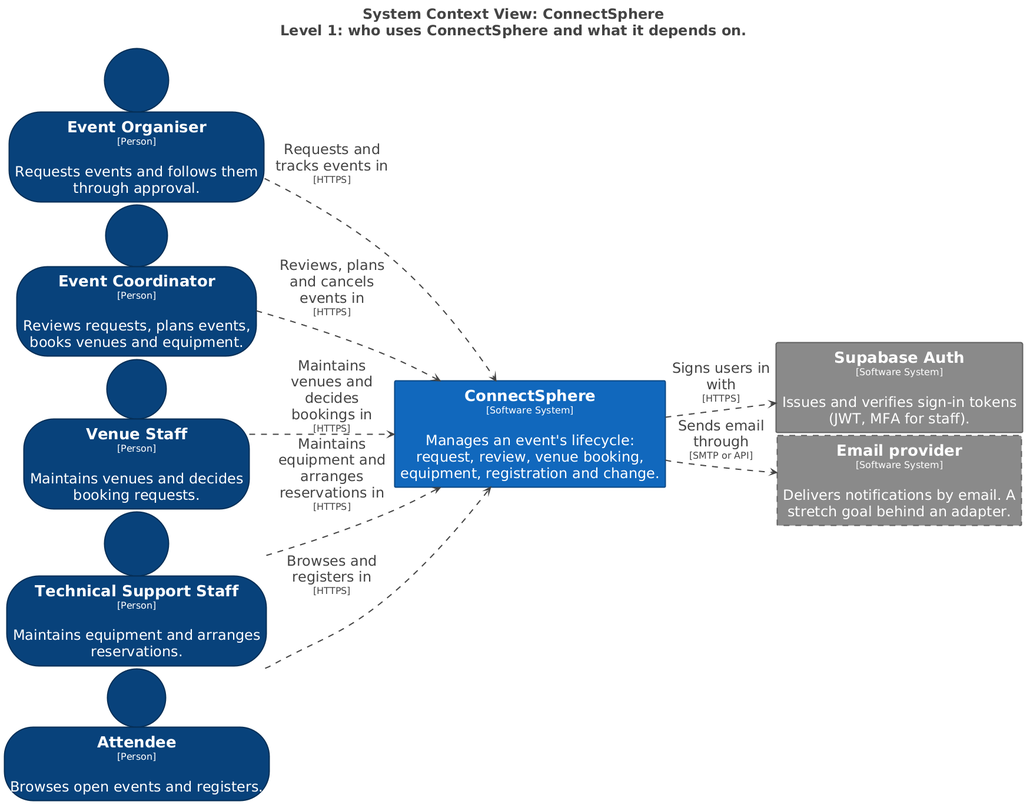
Above: documentation/c4/images/structurizr-SystemContext.png in raphaelkwek/event-planning-and-venue-booking-system (PlantUML), before the change.
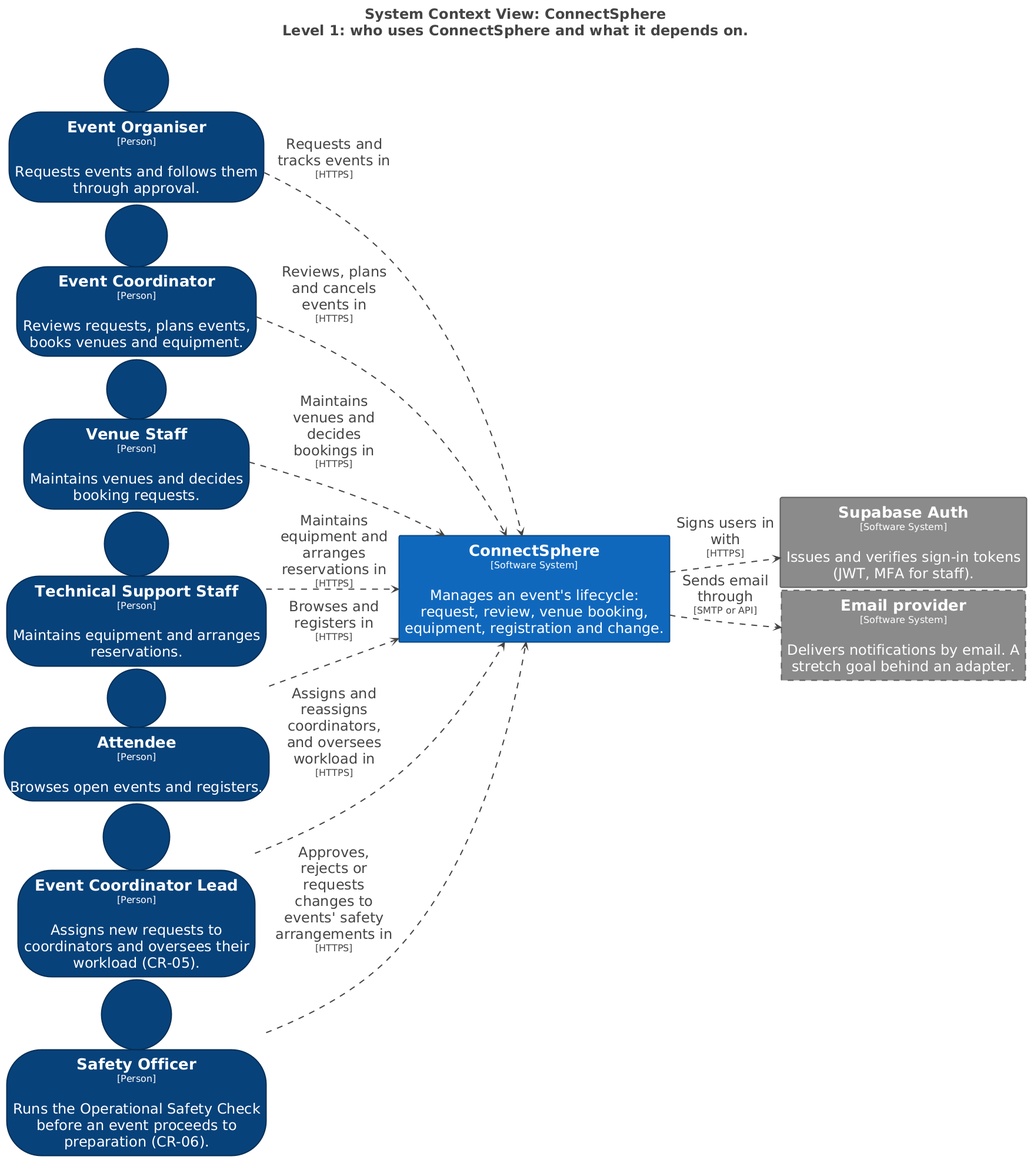
After the change.

Diff of the diagram source:
```diff
@@ -72,19 +72,23 @@
 </style>
 
 person "==Event Organiser\n<size:16>[Person]</size>\n\nRequests events and follows them through approval." <<Element-RWxlbWVudCxQZXJzb24=>> as EventOrganiser
+rectangle "==ConnectSphere\n<size:16>[Software System]</size>\n\nManages an event's lifecycle: request, review, venue booking, equipment, registration and change." <<Element-RWxlbWVudCxTb2Z0d2FyZSBTeXN0ZW0=>> as ConnectSphere
 person "==Event Coordinator\n<size:16>[Person]</size>\n\nReviews requests, plans events, books venues and equipment." <<Element-RWxlbWVudCxQZXJzb24=>> as EventCoordinator
 person "==Venue Staff\n<size:16>[Person]</size>\n\nMaintains venues and decides booking requests." <<Element-RWxlbWVudCxQZXJzb24=>> as VenueStaff
 person "==Technical Support Staff\n<size:16>[Person]</size>\n\nMaintains equipment and arranges reservations." <<Element-RWxlbWVudCxQZXJzb24=>> as TechnicalSupportStaff
 person "==Attendee\n<size:16>[Person]</size>\n\nBrowses open events and registers." <<Element-RWxlbWVudCxQZXJzb24=>> as Attendee
+person "==Event Coordinator Lead\n<size:16>[Person]</size>\n\nAssigns new requests to coordinators and oversees their workload (CR-05)." <<Element-RWxlbWVudCxQZXJzb24=>> as EventCoordinatorLead
+person "==Safety Officer\n<size:16>[Person]</size>\n\nRuns the Operational Safety Check before an event proceeds to preparation (CR-06)." <<Element-RWxlbWVudCxQZXJzb24=>> as SafetyOfficer
 rectangle "==Supabase Auth\n<size:16>[Software System]</size>\n\nIssues and verifies sign-in tokens (JWT, MFA for staff)." <<Element-RWxlbWVudCxTb2Z0d2FyZSBTeXN0ZW0sRXh0ZXJuYWw=>> as SupabaseAuth
 rectangle "==Email provider\n<size:16>[Software System]</size>\n\nDelivers notifications by email. A stretch goal behind an adapter." <<Element-RWxlbWVudCxTb2Z0d2FyZSBTeXN0ZW0sRXh0ZXJuYWwsUGxhbm5lZA==>> as Emailprovider
-rectangle "==ConnectSphere\n<size:16>[Software System]</size>\n\nManages an event's lifecycle: request, review, venue booking, equipment, registration and change." <<Element-RWxlbWVudCxTb2Z0d2FyZSBTeXN0ZW0=>> as ConnectSphere
 
 EventOrganiser --> ConnectSphere <<Relationship-UmVsYXRpb25zaGlw>> : "Requests and tracks events in\n<size:16>[HTTPS]</size>"
 EventCoordinator --> ConnectSphere <<Relationship-UmVsYXRpb25zaGlw>> : "Reviews, plans and cancels events in\n<size:16>[HTTPS]</size>"
 VenueStaff --> ConnectSphere <<Relationship-UmVsYXRpb25zaGlw>> : "Maintains venues and decides bookings in\n<size:16>[HTTPS]</size>"
 TechnicalSupportStaff --> ConnectSphere <<Relationship-UmVsYXRpb25zaGlw>> : "Maintains equipment and arranges reservations in\n<size:16>[HTTPS]</size>"
 Attendee --> ConnectSphere <<Relationship-UmVsYXRpb25zaGlw>> : "Browses and registers in\n<size:16>[HTTPS]</size>"
+EventCoordinatorLead --> ConnectSphere <<Relationship-UmVsYXRpb25zaGlw>> : "Assigns and reassigns coordinators, and oversees workload in\n<size:16>[HTTPS]</size>"
+SafetyOfficer --> ConnectSphere <<Relationship-UmVsYXRpb25zaGlw>> : "Approves, rejects or requests changes to events' safety arrangements in\n<size:16>[HTTPS]</size>"
 ConnectSphere --> SupabaseAuth <<Relationship-UmVsYXRpb25zaGlw>> : "Signs users in with\n<size:16>[HTTPS]</size>"
 ConnectSphere --> Emailprovider <<Relationship-UmVsYXRpb25zaGlw>> : "Sends email through\n<size:16>[SMTP or API]</size>"
 
```
